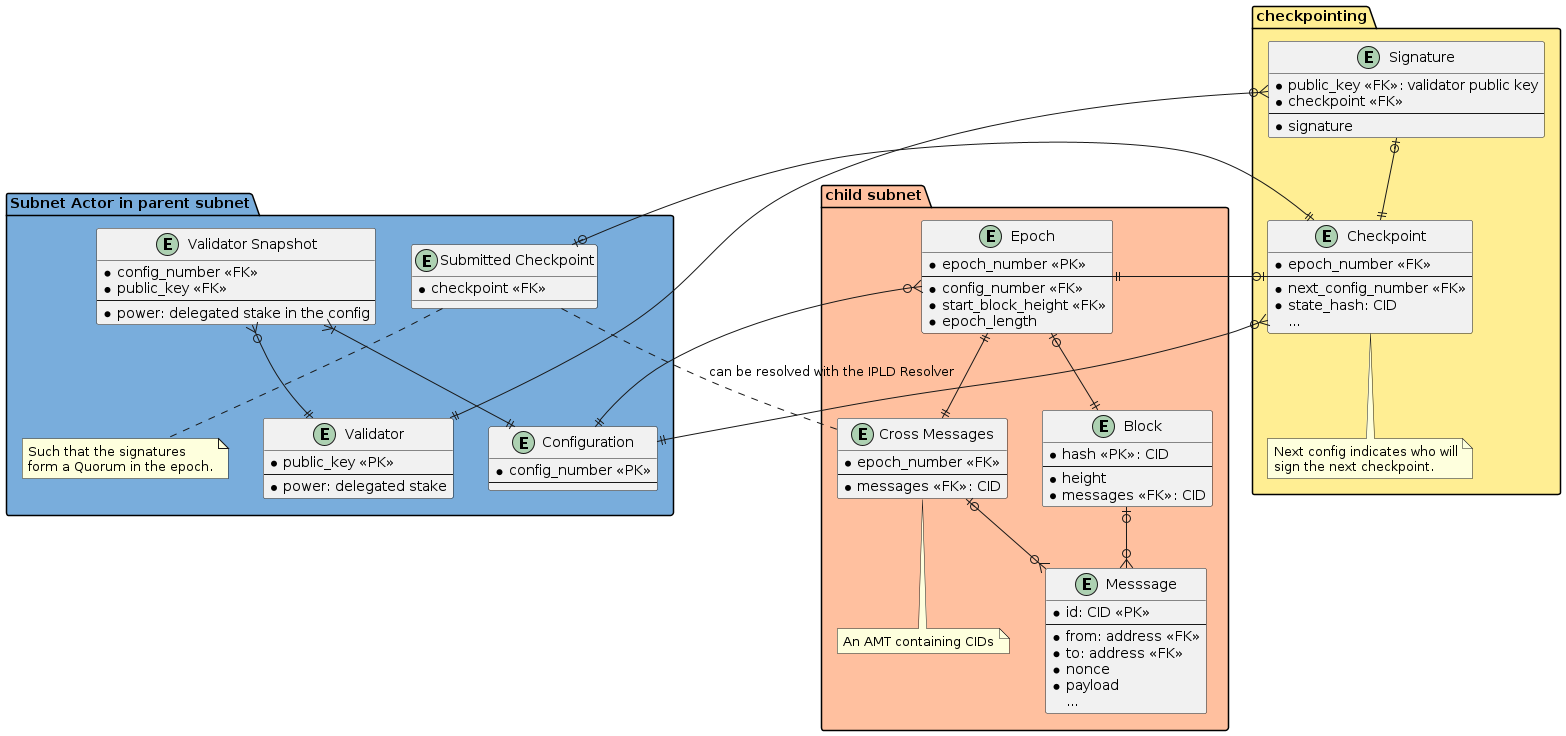
The PlantUML diagram docs/diagrams/checkpoint_schema.png in consensus-shipyard/ipc-libs, before a commit.
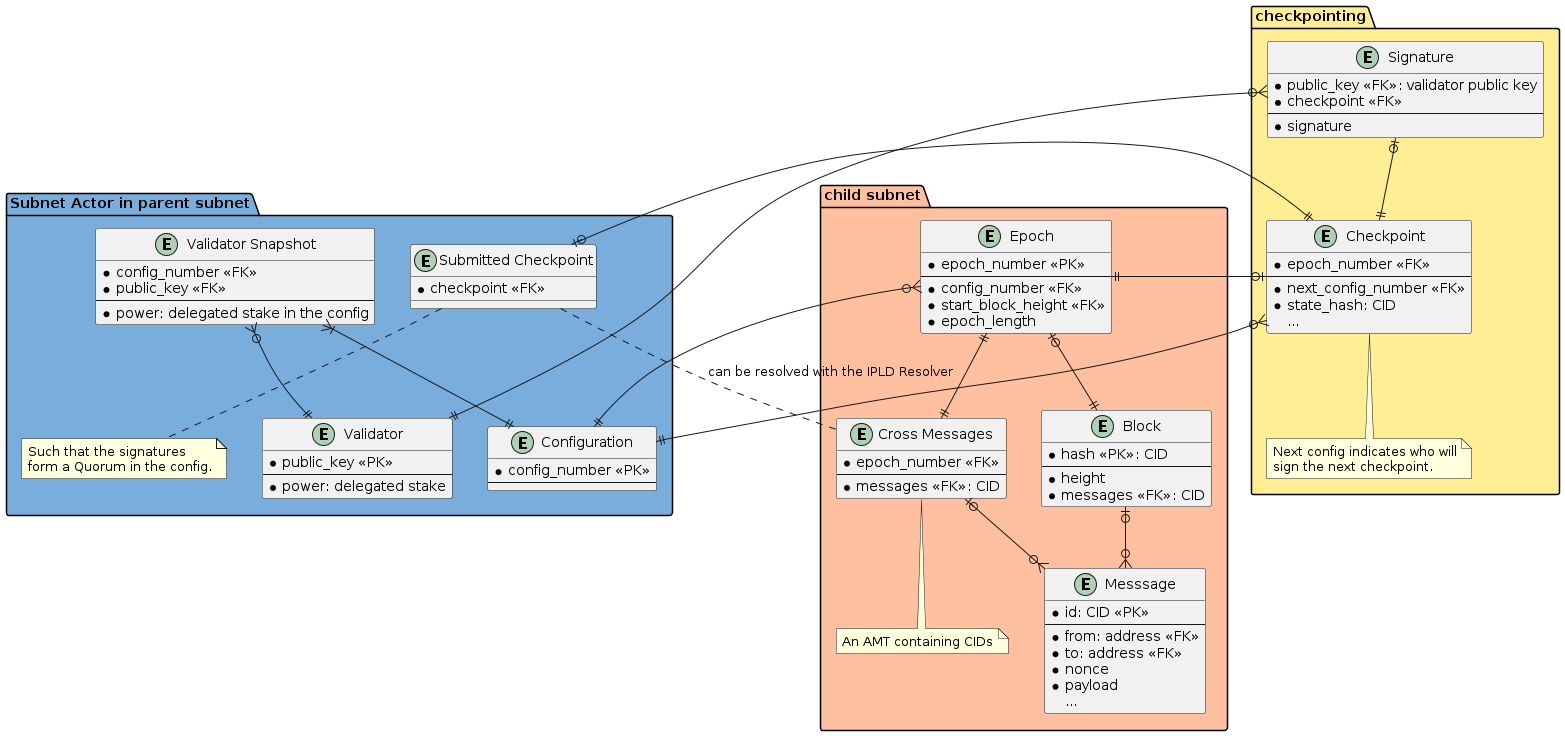
After the commit.

Commit message:
IPC-69: Add notes to checkpoint workflow

The edit, as a diff of the source:
```diff
@@ -24,7 +24,7 @@
   }
   note bottom of submit_ckpt
     Such that the signatures
-    form a Quorum in the epoch.
+    form a Quorum in the config.
   end note
 }
 
@@ -37,8 +37,8 @@
     ...
   }
   note bottom of ckpt
-  Next config indicates who will
-  sign the next checkpoint.
+    Next config indicates who will
+    sign the next checkpoint.
   end note
 
   entity "Signature" as sig {
```
